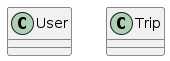
Earlier version of the PlantUML export images/cld.png (2324-4bhif-syp/2324-4bhif-syp-project-ecopoints).
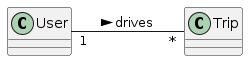
After the commit.

The edit, as a diff of the source:
```diff
@@ -1,5 +1,8 @@
 @startuml
+left to right direction
+
 class User
 class Trip
 
+User "1" -- "*" Trip : > drives
 @enduml
```
